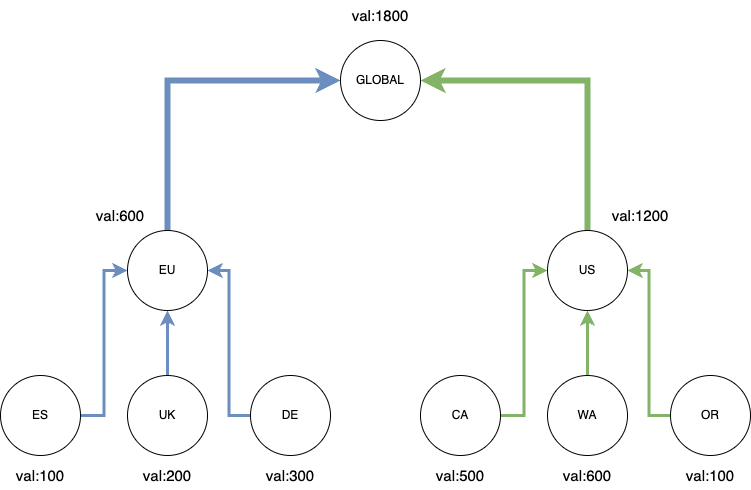
Earlier version of the draw.io export adr/images/0048-sources.png (nats-io/nats-client-functionality-record). Source tidied: cells renumbered, new cells last; positions are measured from the earlier drawing's top-left corner, leaving out a move shared by most shapes. Source of this version:
```xml
<mxGraphModel>
  <root>
    <mxCell id="0" />
    <mxCell id="1" parent="0" />
    <mxCell id="2" style="edgeStyle=orthogonalEdgeStyle;rounded=0;jettySize=auto;html=1;entryX=0;entryY=0.5;entryDx=0;entryDy=0;fillColor=#dae8fc;strokeColor=#6c8ebf;strokeWidth=3;" parent="1" edge="1" source="3" target="9">
      <mxGeometry relative="1" as="geometry" />
    </mxCell>
    <mxCell id="3" value="ES" style="ellipse;whiteSpace=wrap;html=1;" parent="1" vertex="1">
      <mxGeometry y="375" width="80" height="80" as="geometry" />
    </mxCell>
    <mxCell id="4" style="edgeStyle=orthogonalEdgeStyle;rounded=0;jettySize=auto;html=1;entryX=0.5;entryY=1;entryDx=0;entryDy=0;fillColor=#dae8fc;strokeColor=#6c8ebf;strokeWidth=3;" parent="1" edge="1" source="5" target="9">
      <mxGeometry relative="1" as="geometry" />
    </mxCell>
    <mxCell id="5" value="UK" style="ellipse;whiteSpace=wrap;html=1;" parent="1" vertex="1">
      <mxGeometry x="127" y="375" width="80" height="80" as="geometry" />
    </mxCell>
    <mxCell id="6" style="edgeStyle=orthogonalEdgeStyle;rounded=0;jettySize=auto;html=1;entryX=1;entryY=0.5;entryDx=0;entryDy=0;fillColor=#dae8fc;strokeColor=#6c8ebf;strokeWidth=3;" parent="1" edge="1" source="7" target="9">
      <mxGeometry relative="1" as="geometry" />
    </mxCell>
    <mxCell id="7" value="DE" style="ellipse;whiteSpace=wrap;html=1;" parent="1" vertex="1">
      <mxGeometry x="250" y="375" width="80" height="80" as="geometry" />
    </mxCell>
    <mxCell id="8" style="edgeStyle=orthogonalEdgeStyle;rounded=0;jettySize=auto;html=1;entryX=0;entryY=0.5;entryDx=0;entryDy=0;exitX=0.5;exitY=0;exitDx=0;exitDy=0;strokeWidth=6;fillColor=#dae8fc;strokeColor=#6c8ebf;" parent="1" edge="1" source="9" target="18">
      <mxGeometry relative="1" as="geometry" />
    </mxCell>
    <mxCell id="9" value="EU" style="ellipse;whiteSpace=wrap;html=1;" parent="1" vertex="1">
      <mxGeometry x="127" y="230" width="80" height="80" as="geometry" />
    </mxCell>
    <mxCell id="10" style="edgeStyle=orthogonalEdgeStyle;rounded=0;jettySize=auto;html=1;entryX=0;entryY=0.5;entryDx=0;entryDy=0;fillColor=#d5e8d4;strokeColor=#82b366;strokeWidth=3;" parent="1" edge="1" source="11" target="17">
      <mxGeometry relative="1" as="geometry" />
    </mxCell>
    <mxCell id="11" value="CA" style="ellipse;whiteSpace=wrap;html=1;" parent="1" vertex="1">
      <mxGeometry x="420" y="375" width="80" height="80" as="geometry" />
    </mxCell>
    <mxCell id="12" style="edgeStyle=orthogonalEdgeStyle;rounded=0;jettySize=auto;html=1;entryX=0.5;entryY=1;entryDx=0;entryDy=0;fillColor=#d5e8d4;strokeColor=#82b366;strokeWidth=3;" parent="1" edge="1" source="13" target="17">
      <mxGeometry relative="1" as="geometry" />
    </mxCell>
    <mxCell id="13" value="WA" style="ellipse;whiteSpace=wrap;html=1;" parent="1" vertex="1">
      <mxGeometry x="547" y="375" width="80" height="80" as="geometry" />
    </mxCell>
    <mxCell id="14" style="edgeStyle=orthogonalEdgeStyle;rounded=0;jettySize=auto;html=1;entryX=1;entryY=0.5;entryDx=0;entryDy=0;fillColor=#d5e8d4;strokeColor=#82b366;strokeWidth=3;" parent="1" edge="1" source="15" target="17">
      <mxGeometry relative="1" as="geometry" />
    </mxCell>
    <mxCell id="15" value="OR" style="ellipse;whiteSpace=wrap;html=1;" parent="1" vertex="1">
      <mxGeometry x="670" y="375" width="80" height="80" as="geometry" />
    </mxCell>
    <mxCell id="16" style="edgeStyle=orthogonalEdgeStyle;rounded=0;jettySize=auto;html=1;entryX=1;entryY=0.5;entryDx=0;entryDy=0;exitX=0.5;exitY=0;exitDx=0;exitDy=0;strokeWidth=6;fillColor=#d5e8d4;strokeColor=#82b366;" parent="1" edge="1" source="17" target="18">
      <mxGeometry relative="1" as="geometry" />
    </mxCell>
    <mxCell id="17" value="US" style="ellipse;whiteSpace=wrap;html=1;" parent="1" vertex="1">
      <mxGeometry x="547" y="230" width="80" height="80" as="geometry" />
    </mxCell>
    <mxCell id="18" value="GLOBAL" style="ellipse;whiteSpace=wrap;html=1;" parent="1" vertex="1">
      <mxGeometry x="340" y="40" width="80" height="80" as="geometry" />
    </mxCell>
    <mxCell id="19" value="val:100" style="text;strokeColor=none;align=center;fillColor=none;html=1;verticalAlign=middle;whiteSpace=wrap;rounded=0;fontSize=15;" parent="1" vertex="1">
      <mxGeometry x="10" y="460" width="60" height="30" as="geometry" />
    </mxCell>
    <mxCell id="20" value="val:200" style="text;strokeColor=none;align=center;fillColor=none;html=1;verticalAlign=middle;whiteSpace=wrap;rounded=0;fontSize=15;" parent="1" vertex="1">
      <mxGeometry x="137" y="460" width="60" height="30" as="geometry" />
    </mxCell>
    <mxCell id="21" value="val:300" style="text;strokeColor=none;align=center;fillColor=none;html=1;verticalAlign=middle;whiteSpace=wrap;rounded=0;fontSize=15;" parent="1" vertex="1">
      <mxGeometry x="260" y="460" width="60" height="30" as="geometry" />
    </mxCell>
    <mxCell id="22" value="val:600" style="text;strokeColor=none;align=center;fillColor=none;html=1;verticalAlign=middle;whiteSpace=wrap;rounded=0;fontSize=15;" parent="1" vertex="1">
      <mxGeometry x="90" y="200" width="60" height="30" as="geometry" />
    </mxCell>
    <mxCell id="23" value="val:500" style="text;strokeColor=none;align=center;fillColor=none;html=1;verticalAlign=middle;whiteSpace=wrap;rounded=0;fontSize=15;" parent="1" vertex="1">
      <mxGeometry x="430" y="460" width="60" height="30" as="geometry" />
    </mxCell>
    <mxCell id="24" value="val:600" style="text;strokeColor=none;align=center;fillColor=none;html=1;verticalAlign=middle;whiteSpace=wrap;rounded=0;fontSize=15;" parent="1" vertex="1">
      <mxGeometry x="557" y="460" width="60" height="30" as="geometry" />
    </mxCell>
    <mxCell id="25" value="val:100" style="text;strokeColor=none;align=center;fillColor=none;html=1;verticalAlign=middle;whiteSpace=wrap;rounded=0;fontSize=15;" parent="1" vertex="1">
      <mxGeometry x="680" y="460" width="60" height="30" as="geometry" />
    </mxCell>
    <mxCell id="26" value="val:1200" style="text;strokeColor=none;align=center;fillColor=none;html=1;verticalAlign=middle;whiteSpace=wrap;rounded=0;fontSize=15;" parent="1" vertex="1">
      <mxGeometry x="610" y="200" width="60" height="30" as="geometry" />
    </mxCell>
    <mxCell id="27" value="val:1800" style="text;strokeColor=none;align=center;fillColor=none;html=1;verticalAlign=middle;whiteSpace=wrap;rounded=0;fontSize=15;" parent="1" vertex="1">
      <mxGeometry x="350" width="60" height="30" as="geometry" />
    </mxCell>
  </root>
</mxGraphModel>
```
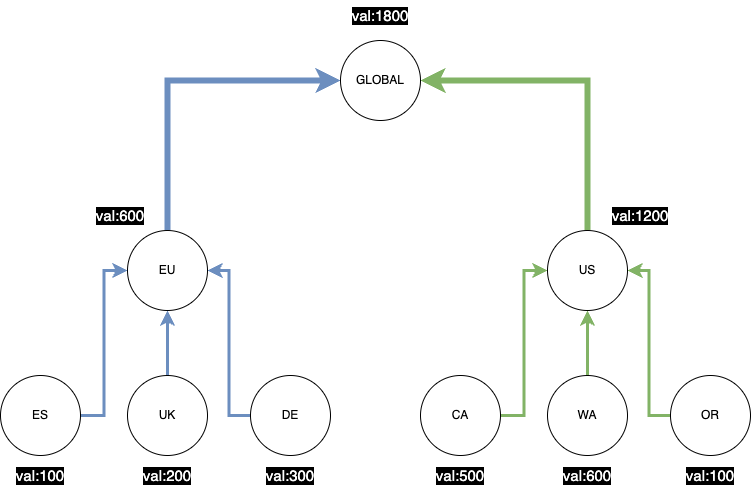
After the change.

Commit message:
Better labels for github dark mode

Change to the diagram source:
```diff
@@ -53,31 +53,31 @@
     <mxCell id="18" value="GLOBAL" style="ellipse;whiteSpace=wrap;html=1;" parent="1" vertex="1">
       <mxGeometry x="340" y="40" width="80" height="80" as="geometry" />
     </mxCell>
-    <mxCell id="19" value="val:100" style="text;strokeColor=none;align=center;fillColor=none;html=1;verticalAlign=middle;whiteSpace=wrap;rounded=0;fontSize=15;" parent="1" vertex="1">
+    <mxCell id="19" value="val:100" style="text;strokeColor=none;align=center;fillColor=none;html=1;verticalAlign=middle;whiteSpace=wrap;rounded=0;fontSize=15;labelBackgroundColor=#000000;fontColor=#FFFFFF;" parent="1" vertex="1">
       <mxGeometry x="10" y="460" width="60" height="30" as="geometry" />
     </mxCell>
-    <mxCell id="20" value="val:200" style="text;strokeColor=none;align=center;fillColor=none;html=1;verticalAlign=middle;whiteSpace=wrap;rounded=0;fontSize=15;" parent="1" vertex="1">
+    <mxCell id="20" value="val:200" style="text;strokeColor=none;align=center;fillColor=none;html=1;verticalAlign=middle;whiteSpace=wrap;rounded=0;fontSize=15;labelBackgroundColor=#000000;fontColor=#FFFFFF;" parent="1" vertex="1">
       <mxGeometry x="137" y="460" width="60" height="30" as="geometry" />
     </mxCell>
-    <mxCell id="21" value="val:300" style="text;strokeColor=none;align=center;fillColor=none;html=1;verticalAlign=middle;whiteSpace=wrap;rounded=0;fontSize=15;" parent="1" vertex="1">
+    <mxCell id="21" value="val:300" style="text;strokeColor=none;align=center;fillColor=none;html=1;verticalAlign=middle;whiteSpace=wrap;rounded=0;fontSize=15;labelBackgroundColor=#000000;fontColor=#FFFFFF;" parent="1" vertex="1">
       <mxGeometry x="260" y="460" width="60" height="30" as="geometry" />
     </mxCell>
-    <mxCell id="22" value="val:600" style="text;strokeColor=none;align=center;fillColor=none;html=1;verticalAlign=middle;whiteSpace=wrap;rounded=0;fontSize=15;" parent="1" vertex="1">
+    <mxCell id="22" value="val:600" style="text;strokeColor=none;align=center;fillColor=none;html=1;verticalAlign=middle;whiteSpace=wrap;rounded=0;fontSize=15;labelBackgroundColor=#000000;fontColor=#FFFFFF;" parent="1" vertex="1">
       <mxGeometry x="90" y="200" width="60" height="30" as="geometry" />
     </mxCell>
-    <mxCell id="23" value="val:500" style="text;strokeColor=none;align=center;fillColor=none;html=1;verticalAlign=middle;whiteSpace=wrap;rounded=0;fontSize=15;" parent="1" vertex="1">
+    <mxCell id="23" value="val:500" style="text;strokeColor=none;align=center;fillColor=none;html=1;verticalAlign=middle;whiteSpace=wrap;rounded=0;fontSize=15;labelBackgroundColor=#000000;fontColor=#FFFFFF;" parent="1" vertex="1">
       <mxGeometry x="430" y="460" width="60" height="30" as="geometry" />
     </mxCell>
-    <mxCell id="24" value="val:600" style="text;strokeColor=none;align=center;fillColor=none;html=1;verticalAlign=middle;whiteSpace=wrap;rounded=0;fontSize=15;" parent="1" vertex="1">
+    <mxCell id="24" value="val:600" style="text;strokeColor=none;align=center;fillColor=none;html=1;verticalAlign=middle;whiteSpace=wrap;rounded=0;fontSize=15;labelBackgroundColor=#000000;fontColor=#FFFFFF;" parent="1" vertex="1">
       <mxGeometry x="557" y="460" width="60" height="30" as="geometry" />
     </mxCell>
-    <mxCell id="25" value="val:100" style="text;strokeColor=none;align=center;fillColor=none;html=1;verticalAlign=middle;whiteSpace=wrap;rounded=0;fontSize=15;" parent="1" vertex="1">
+    <mxCell id="25" value="val:100" style="text;strokeColor=none;align=center;fillColor=none;html=1;verticalAlign=middle;whiteSpace=wrap;rounded=0;fontSize=15;labelBackgroundColor=#000000;fontColor=#FFFFFF;" parent="1" vertex="1">
       <mxGeometry x="680" y="460" width="60" height="30" as="geometry" />
     </mxCell>
-    <mxCell id="26" value="val:1200" style="text;strokeColor=none;align=center;fillColor=none;html=1;verticalAlign=middle;whiteSpace=wrap;rounded=0;fontSize=15;" parent="1" vertex="1">
+    <mxCell id="26" value="val:1200" style="text;strokeColor=none;align=center;fillColor=none;html=1;verticalAlign=middle;whiteSpace=wrap;rounded=0;fontSize=15;labelBackgroundColor=#000000;fontColor=#FFFFFF;" parent="1" vertex="1">
       <mxGeometry x="610" y="200" width="60" height="30" as="geometry" />
     </mxCell>
-    <mxCell id="27" value="val:1800" style="text;strokeColor=none;align=center;fillColor=none;html=1;verticalAlign=middle;whiteSpace=wrap;rounded=0;fontSize=15;" parent="1" vertex="1">
+    <mxCell id="27" value="val:1800" style="text;strokeColor=none;align=center;fillColor=none;html=1;verticalAlign=middle;whiteSpace=wrap;rounded=0;fontSize=15;labelBackgroundColor=#000000;fontColor=#FFFFFF;" parent="1" vertex="1">
       <mxGeometry x="350" width="60" height="30" as="geometry" />
     </mxCell>
   </root>
```
